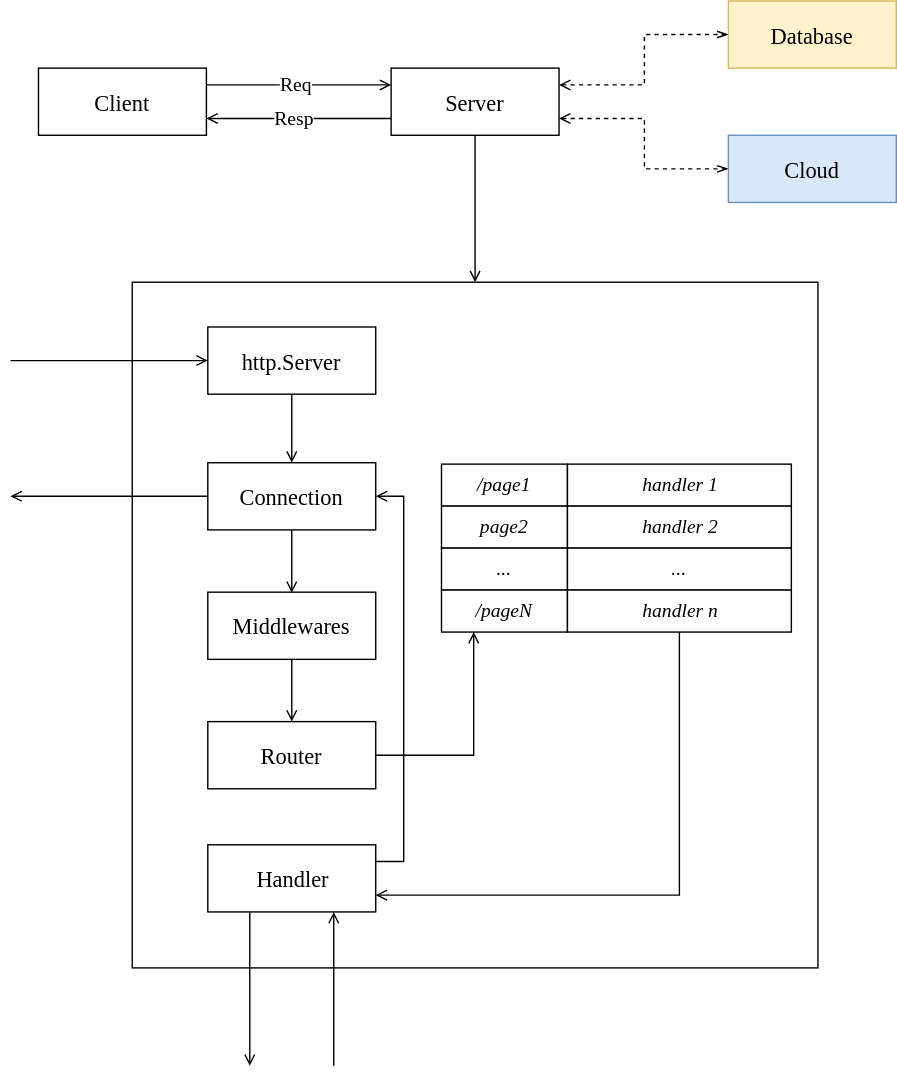
Earlier version of the draw.io export http/basic.svg (yangchengkai1/draw.io). Source tidied: cells renumbered, new cells last; positions are measured from the earlier drawing's top-left corner, leaving out a move shared by most shapes.
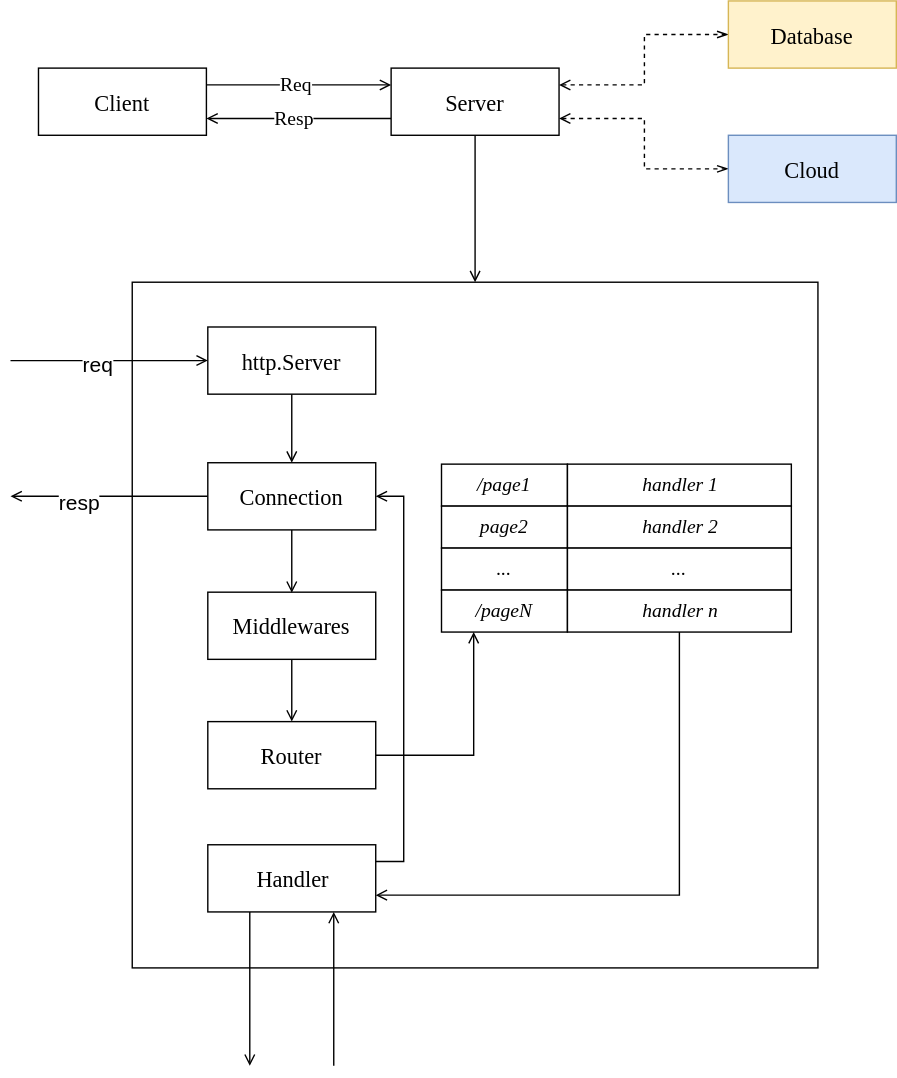
The same file after the commit.

Diff of the diagram source:
```diff
@@ -40,6 +40,9 @@
         <mxPoint y="257" as="targetPoint" />
       </mxGeometry>
     </mxCell>
+    <mxCell id="35" value="&lt;font style=&quot;font-size: 15px&quot;&gt;req&lt;/font&gt;" style="text;html=1;align=center;verticalAlign=middle;labelBackgroundColor=#ffffff;" parent="13" vertex="1">
+      <mxGeometry x="0.12" y="2" relative="1" as="geometry" />
+    </mxCell>
     <mxCell id="14" value="http.Server" style="rounded=0;whiteSpace=wrap;html=1;fillColor=#ffffff;strokeColor=#000000;fontSize=16;fontFamily=Verdana;" parent="1" vertex="1">
       <mxGeometry x="141" y="233" width="120" height="48" as="geometry" />
     </mxCell>
@@ -106,6 +109,9 @@
         <mxPoint y="354" as="targetPoint" />
       </mxGeometry>
     </mxCell>
+    <mxCell id="36" value="&lt;font style=&quot;font-size: 15px&quot;&gt;resp&lt;/font&gt;" style="text;html=1;align=center;verticalAlign=middle;labelBackgroundColor=#ffffff;" parent="33" vertex="1">
+      <mxGeometry x="0.3" y="3" relative="1" as="geometry" />
+    </mxCell>
     <mxCell id="34" value="Connection" style="rounded=0;whiteSpace=wrap;html=1;fillColor=#ffffff;strokeColor=#000000;fontSize=16;fontFamily=Verdana;" parent="1" vertex="1">
       <mxGeometry x="141" y="330" width="120" height="48" as="geometry" />
     </mxCell>
```
